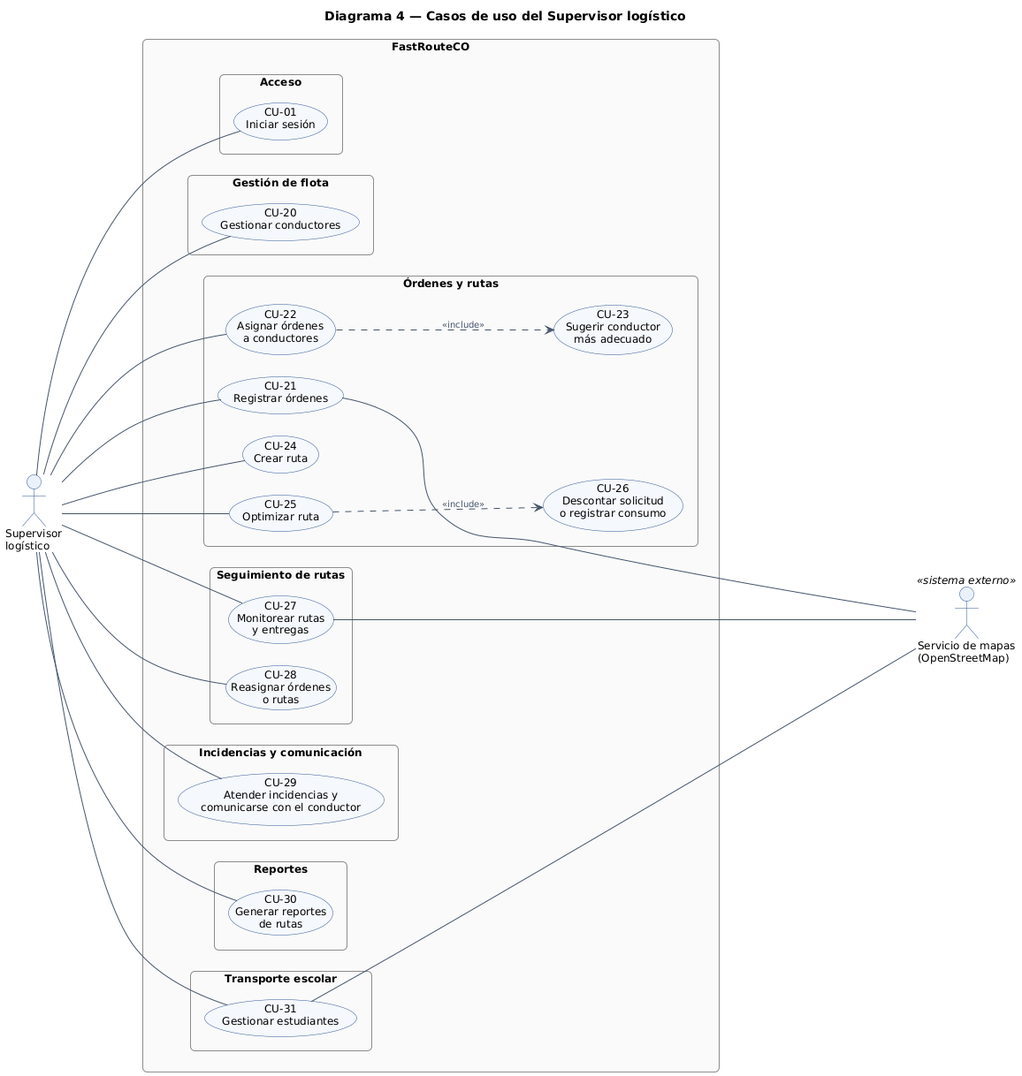
Above: docs/use-cases/logistics-supervisor.png in JuanBallares03/FastRouteCO (PlantUML), before the change.
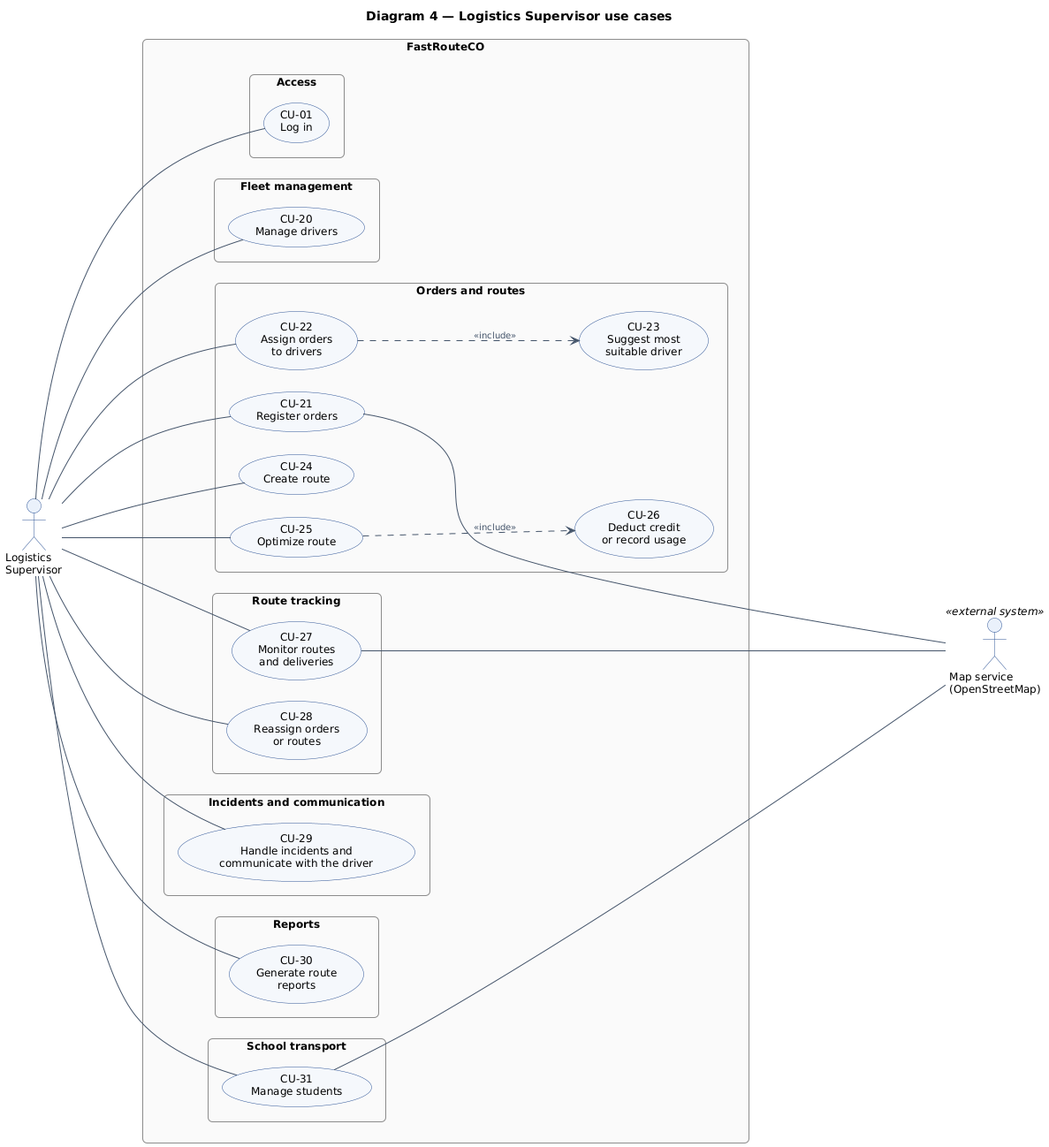
After the commit.

Commit message:
docs(use-cases): translate use case diagrams to English

Diff of the diagram source:
```diff
@@ -1,4 +1,4 @@
-@startuml d4_supervisor
+@startuml logistics-supervisor
 left to right direction
 skinparam backgroundColor white
 skinparam defaultFontName Arial
@@ -35,39 +35,39 @@
   BorderColor #B0A060
 }
 
-title Diagrama 4 — Casos de uso del Supervisor logístico
+title Diagram 4 — Logistics Supervisor use cases
 
-actor "Supervisor\nlogístico" as Super
-rectangle "FastRouteCO" as Sistema {
-  package "Acceso" as PAcc {
-    usecase "CU-01\nIniciar sesión" as CU01
+actor "Logistics\nSupervisor" as Super
+rectangle "FastRouteCO" as System {
+  package "Access" as PAcc {
+    usecase "CU-01\nLog in" as CU01
   }
-  package "Gestión de flota" as PFlo {
-    usecase "CU-20\nGestionar conductores" as CU20
+  package "Fleet management" as PFlt {
+    usecase "CU-20\nManage drivers" as CU20
   }
-  package "Órdenes y rutas" as POrd {
-    usecase "CU-21\nRegistrar órdenes" as CU21
-    usecase "CU-22\nAsignar órdenes\na conductores" as CU22
-    usecase "CU-23\nSugerir conductor\nmás adecuado" as CU23
-    usecase "CU-24\nCrear ruta" as CU24
-    usecase "CU-25\nOptimizar ruta" as CU25
-    usecase "CU-26\nDescontar solicitud\no registrar consumo" as CU26
+  package "Orders and routes" as POrd {
+    usecase "CU-21\nRegister orders" as CU21
+    usecase "CU-22\nAssign orders\nto drivers" as CU22
+    usecase "CU-23\nSuggest most\nsuitable driver" as CU23
+    usecase "CU-24\nCreate route" as CU24
+    usecase "CU-25\nOptimize route" as CU25
+    usecase "CU-26\nDeduct credit\nor record usage" as CU26
   }
-  package "Seguimiento de rutas" as PSeg {
-    usecase "CU-27\nMonitorear rutas\ny entregas" as CU27
-    usecase "CU-28\nReasignar órdenes\no rutas" as CU28
+  package "Route tracking" as PTrk {
+    usecase "CU-27\nMonitor routes\nand deliveries" as CU27
+    usecase "CU-28\nReassign orders\nor routes" as CU28
   }
-  package "Incidencias y comunicación" as PInc {
-    usecase "CU-29\nAtender incidencias y\ncomunicarse con el conductor" as CU29
+  package "Incidents and communication" as PInc {
+    usecase "CU-29\nHandle incidents and\ncommunicate with the driver" as CU29
   }
-  package "Reportes" as PRep {
-    usecase "CU-30\nGenerar reportes\nde rutas" as CU30
+  package "Reports" as PRep {
+    usecase "CU-30\nGenerate route\nreports" as CU30
   }
-  package "Transporte escolar" as PEsc {
-    usecase "CU-31\nGestionar estudiantes" as CU31
+  package "School transport" as PSch {
+    usecase "CU-31\nManage students" as CU31
   }
 }
-actor "Servicio de mapas\n(OpenStreetMap)" as Mapas <<sistema externo>>
+actor "Map service\n(OpenStreetMap)" as Maps <<external system>>
 
 Super -- CU01
 Super -- CU20
@@ -83,7 +83,7 @@
 CU22 ..> CU23 : <<include>>
 CU25 ..> CU26 : <<include>>
 
-CU21 ---- Mapas
-CU27 ---- Mapas
-CU31 ---- Mapas
+CU21 ---- Maps
+CU27 ---- Maps
+CU31 ---- Maps
 @enduml
```
